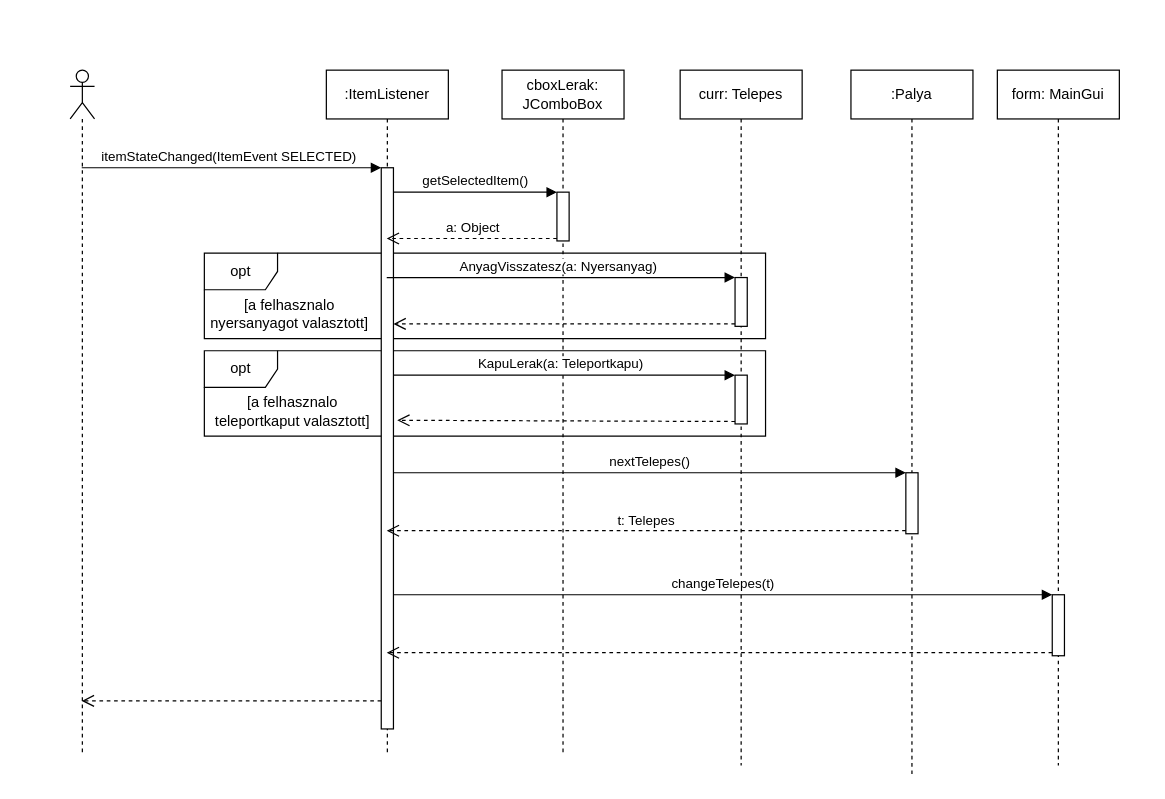
This is doc/UIszek/telepes_lerak.drawio from torpeBoiGo/aszteroidabanyaszat, a draw.io file, before an edit. Source tidied: cells renumbered, new cells numbered last; positions are measured from the earlier drawing's top-left corner, leaving out a move shared by most shapes. Both pictures are drawn from the tidied source at 122%, with x=0, y=0 at pixel (70, 70).
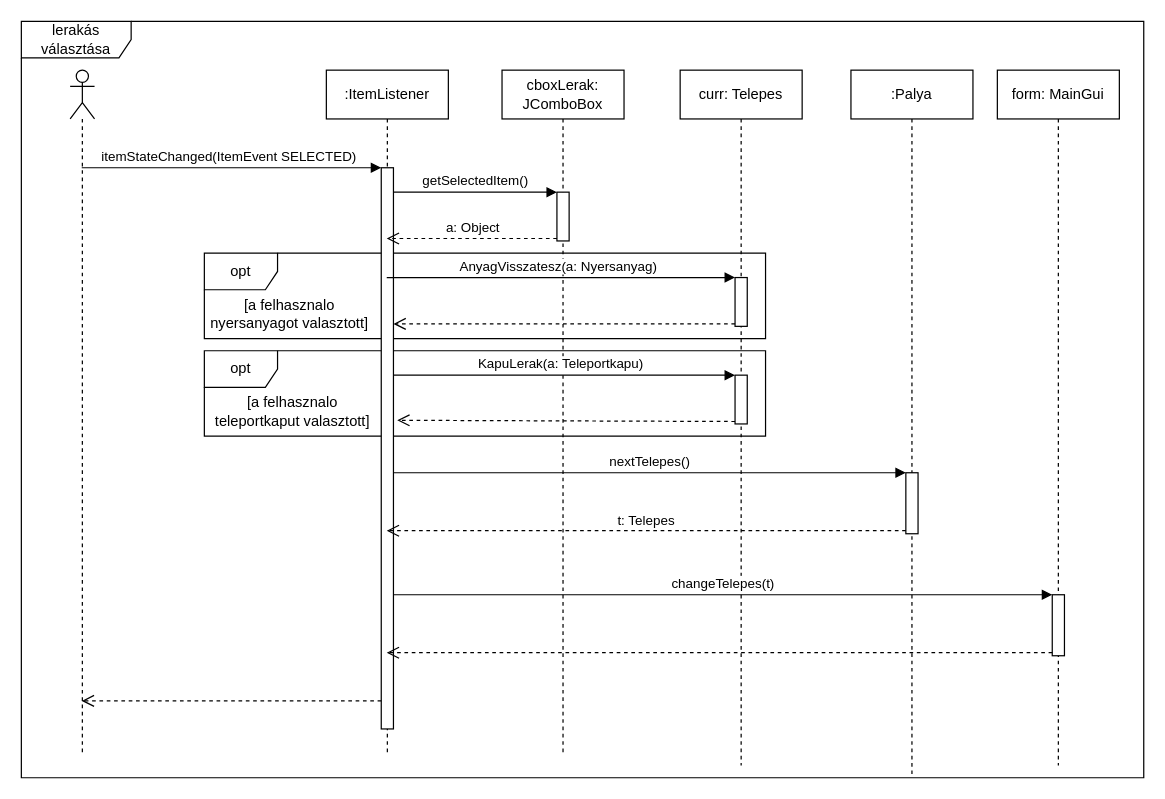
After the change.

Change to the diagram source:
```diff
@@
+    <mxCell id="30" value="lerakás választása" style="shape=umlFrame;whiteSpace=wrap;html=1;width=90;height=30;" parent="1" vertex="1">
+      <mxGeometry x="-40" y="-40" width="920" height="620" as="geometry" />
+    </mxCell>
```
